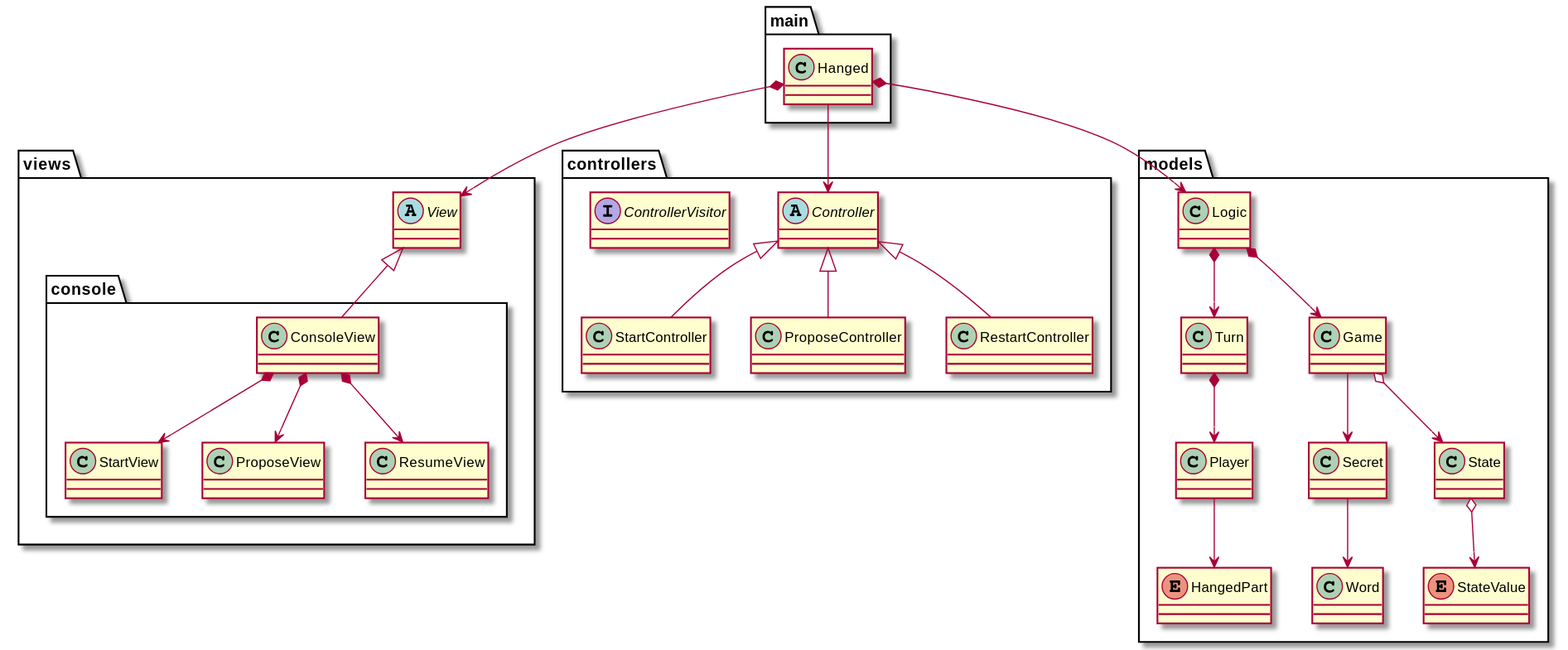
This is requirements/images/MVC.svg from jumpering/Hanged, a PlantUML export, as it was before one commit.
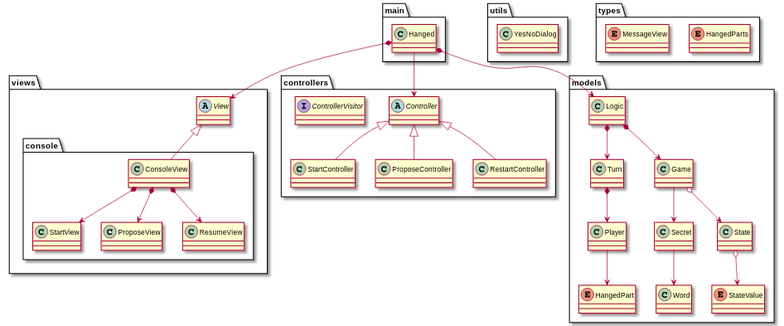
Later version of the same file.

Commit message:
test secret and word

Diff of the diagram source:
```diff
@@ -35,6 +35,19 @@
 enum StateValue
 }
 
+
+package "utils"{
+class ConsoleView
+class YesNoDialog
+}
+
+
+package "types"{
+enum HangedParts
+enum MessageView
+}
+
+
 Logic *--> Game
 
 Hanged *--> View
```
